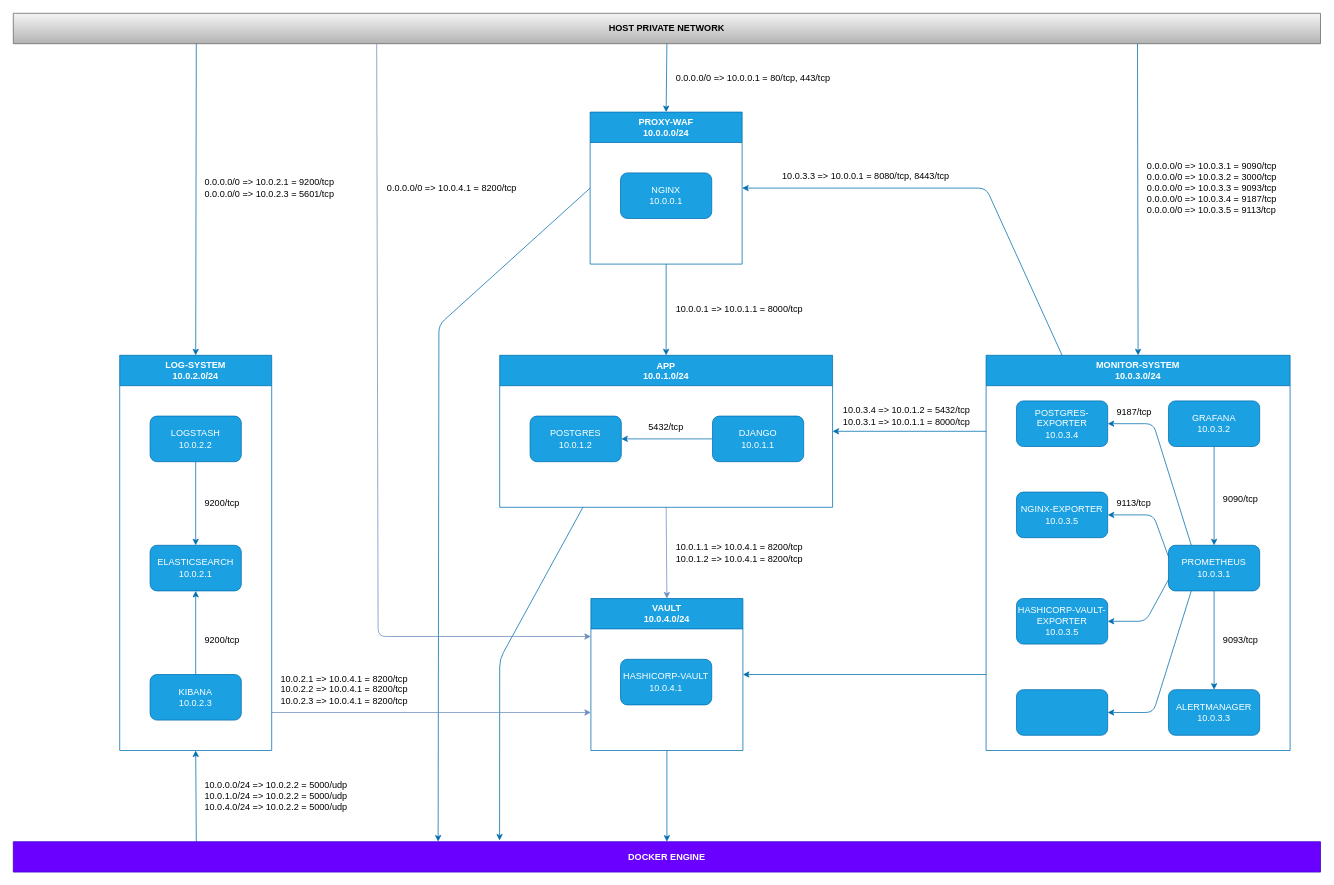
GiovanniAfro/ft_Transcendence keeps this draw.io diagram as _notebook/topology.drawio. Above is the earlier version. Source tidied: cells renumbered, new cells numbered last; positions are measured from the earlier drawing's top-left corner, leaving out a move shared by most shapes. Both pictures are drawn from the tidied source at 76%, with x=0, y=0 at pixel (13, 13).
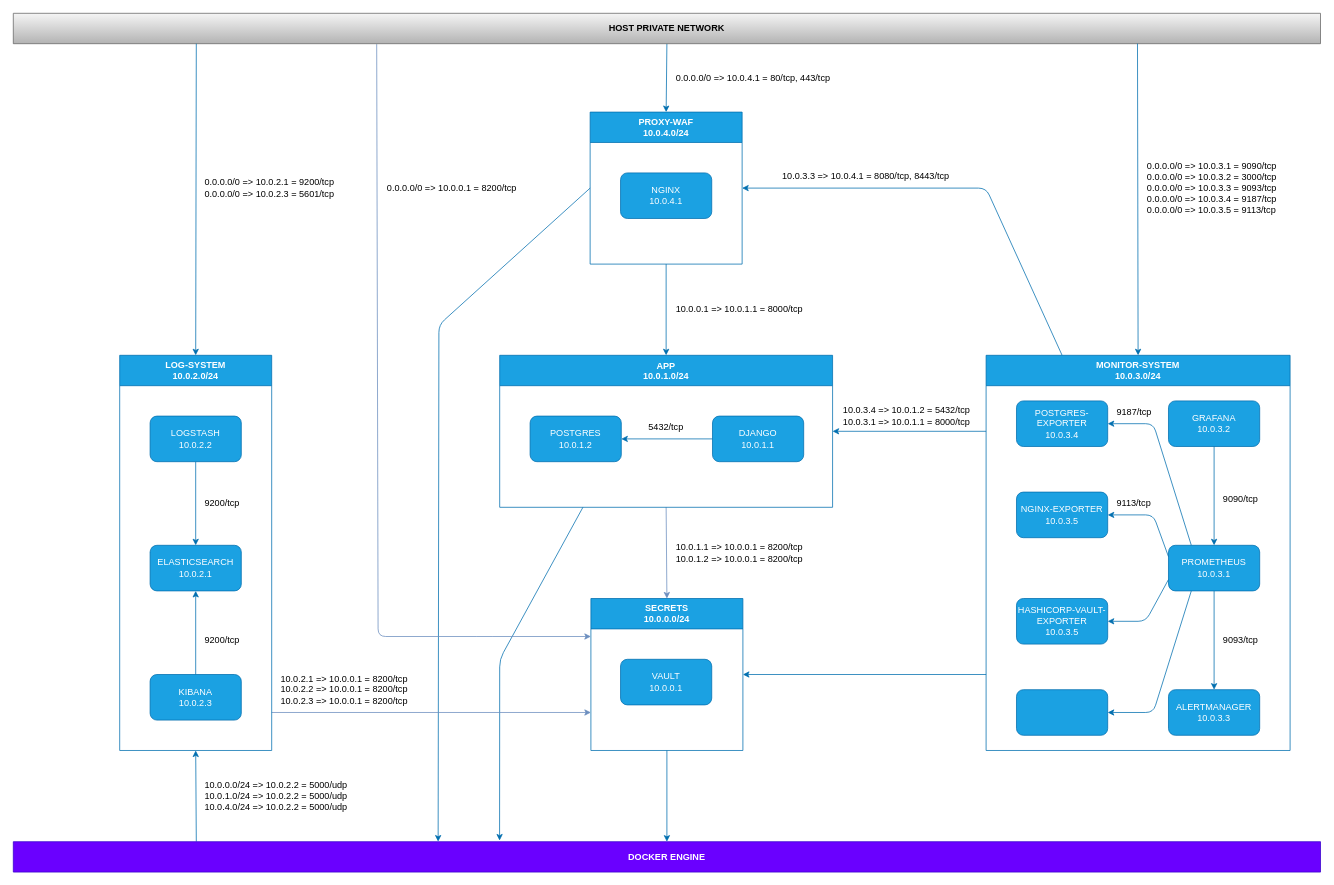
The same page after the edit.

Change to the diagram source:
```diff
@@
-    <mxCell id="12" value="PROXY-WAF&lt;br&gt;10.0.0.0/24" style="swimlane;whiteSpace=wrap;html=1;fillColor=#1ba1e2;strokeColor=#006EAF;fontColor=#ffffff;startSize=40;" parent="1" vertex="1">
+    <mxCell id="12" value="PROXY-WAF&lt;br&gt;10.0.4.0/24" style="swimlane;whiteSpace=wrap;html=1;fillColor=#1ba1e2;strokeColor=#006EAF;fontColor=#ffffff;startSize=40;" parent="1" vertex="1">
       <mxGeometry x="759" y="130" width="200" height="200" as="geometry" />
     </mxCell>
-    <mxCell id="13" value="NGINX&lt;br&gt;10.0.0.1" style="rounded=1;whiteSpace=wrap;html=1;fillColor=#1ba1e2;fontColor=#ffffff;strokeColor=#006EAF;" parent="12" vertex="1">
+    <mxCell id="13" value="NGINX&lt;br&gt;10.0.4.1" style="rounded=1;whiteSpace=wrap;html=1;fillColor=#1ba1e2;fontColor=#ffffff;strokeColor=#006EAF;" parent="12" vertex="1">
       <mxGeometry x="40" y="80" width="120" height="60" as="geometry" />
     </mxCell>
@@
-    <mxCell id="18" value="VAULT&lt;br&gt;10.0.4.0/24" style="swimlane;whiteSpace=wrap;html=1;startSize=40;fillColor=#1ba1e2;fontColor=#ffffff;strokeColor=#006EAF;" parent="1" vertex="1">
+    <mxCell id="18" value="SECRETS&lt;br&gt;10.0.0.0/24" style="swimlane;whiteSpace=wrap;html=1;startSize=40;fillColor=#1ba1e2;fontColor=#ffffff;strokeColor=#006EAF;" parent="1" vertex="1">
       <mxGeometry x="760" y="770" width="200" height="200" as="geometry" />
     </mxCell>
-    <mxCell id="19" value="HASHICORP-VAULT&lt;br&gt;10.0.4.1" style="rounded=1;whiteSpace=wrap;html=1;fillColor=#1ba1e2;strokeColor=#006EAF;fontColor=#ffffff;" parent="18" vertex="1">
+    <mxCell id="19" value="VAULT&lt;br&gt;10.0.0.1" style="rounded=1;whiteSpace=wrap;html=1;fillColor=#1ba1e2;strokeColor=#006EAF;fontColor=#ffffff;" parent="18" vertex="1">
       <mxGeometry x="39" y="80" width="120" height="60" as="geometry" />
     </mxCell>
@@
-    <mxCell id="34" value="0.0.0.0/0 =&amp;gt; 10.0.0.1 = 80/tcp, 443/tcp" style="text;html=1;align=left;verticalAlign=middle;strokeColor=none;fillColor=none;" parent="1" vertex="1">
+    <mxCell id="34" value="0.0.0.0/0 =&amp;gt; 10.0.4.1 = 80/tcp, 443/tcp" style="text;html=1;align=left;verticalAlign=middle;strokeColor=none;fillColor=none;" parent="1" vertex="1">
       <mxGeometry x="870" y="70" width="230" height="30" as="geometry" />
     </mxCell>
@@
-    <mxCell id="59" value="10.0.3.3 =&amp;gt; 10.0.0.1 = 8080/tcp, 8443/tcp" style="text;html=1;align=left;verticalAlign=middle;strokeColor=none;fillColor=none;" parent="1" vertex="1">
+    <mxCell id="59" value="10.0.3.3 =&amp;gt; 10.0.4.1 = 8080/tcp, 8443/tcp" style="text;html=1;align=left;verticalAlign=middle;strokeColor=none;fillColor=none;" parent="1" vertex="1">
       <mxGeometry x="1010" y="200" width="240" height="30" as="geometry" />
     </mxCell>
-    <mxCell id="60" value="0.0.0.0/0 =&amp;gt; 10.0.4.1 = 8200/tcp" style="text;html=1;align=left;verticalAlign=middle;strokeColor=none;fillColor=none;" parent="1" vertex="1">
+    <mxCell id="60" value="0.0.0.0/0 =&amp;gt; 10.0.0.1 = 8200/tcp" style="text;html=1;align=left;verticalAlign=middle;strokeColor=none;fillColor=none;" parent="1" vertex="1">
       <mxGeometry x="490" y="215" width="190" height="30" as="geometry" />
     </mxCell>
-    <mxCell id="61" value="10.0.1.1 =&amp;gt; 10.0.4.1 = 8200/tcp&lt;br&gt;10.0.1.2 =&amp;gt; 10.0.4.1 = 8200/tcp" style="text;html=1;align=left;verticalAlign=middle;strokeColor=none;fillColor=none;" parent="1" vertex="1">
+    <mxCell id="61" value="10.0.1.1 =&amp;gt; 10.0.0.1 = 8200/tcp&lt;br&gt;10.0.1.2 =&amp;gt; 10.0.0.1 = 8200/tcp" style="text;html=1;align=left;verticalAlign=middle;strokeColor=none;fillColor=none;" parent="1" vertex="1">
       <mxGeometry x="870" y="690" width="190" height="40" as="geometry" />
     </mxCell>
-    <mxCell id="62" value="10.0.2.1 =&amp;gt; 10.0.4.1 = 8200/tcp&lt;br&gt;10.0.2.2 =&amp;gt; 10.0.4.1 = 8200/tcp&lt;br&gt;10.0.2.3 =&amp;gt; 10.0.4.1 = 8200/tcp" style="text;html=1;align=left;verticalAlign=middle;strokeColor=none;fillColor=none;" parent="1" vertex="1">
+    <mxCell id="62" value="10.0.2.1 =&amp;gt; 10.0.0.1 = 8200/tcp&lt;br&gt;10.0.2.2 =&amp;gt; 10.0.0.1 = 8200/tcp&lt;br&gt;10.0.2.3 =&amp;gt; 10.0.0.1 = 8200/tcp" style="text;html=1;align=left;verticalAlign=middle;strokeColor=none;fillColor=none;" parent="1" vertex="1">
       <mxGeometry x="350" y="860" width="190" height="60" as="geometry" />
     </mxCell>
```
